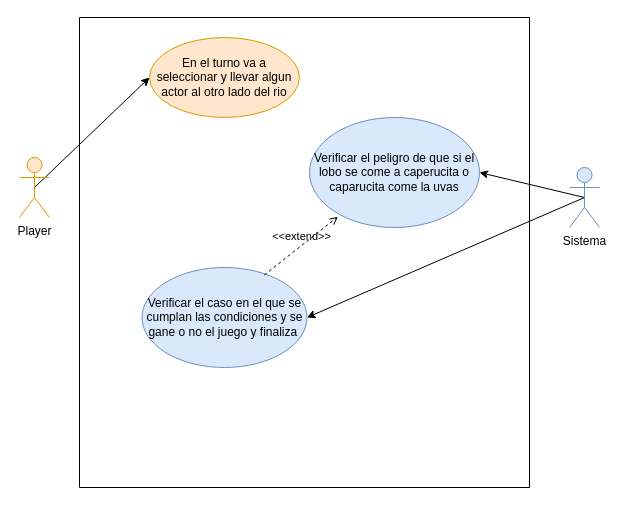
KevinOchoa8/prjProblemaRio keeps this draw.io diagram as modelado/UseCase.drawio. Above is the earlier version. Source tidied: cells renumbered, new cells numbered last; positions are measured from the earlier drawing's top-left corner, leaving out a move shared by most shapes. Both pictures are drawn from the tidied source at 100%, with x=0, y=0 at pixel (19, 17).
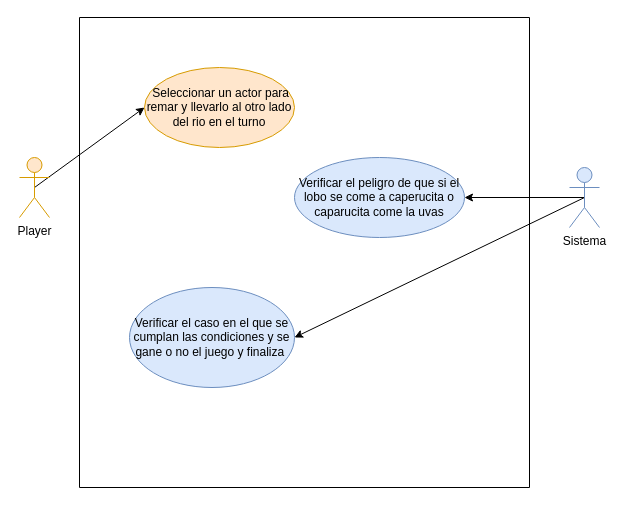
After the change.

The edit, as a diff of the source:
```diff
@@
 <mxGraphModel>
   <root>
     <mxCell id="0" />
     <mxCell id="1" parent="0" />
     <mxCell id="2" style="edgeStyle=none;html=1;exitX=0.5;exitY=0.5;exitDx=0;exitDy=0;exitPerimeter=0;entryX=0;entryY=0.5;entryDx=0;entryDy=0;" parent="1" edge="1" source="3" target="10">
       <mxGeometry relative="1" as="geometry" />
     </mxCell>
     <mxCell id="3" value="Player" style="shape=umlActor;verticalLabelPosition=bottom;verticalAlign=top;html=1;outlineConnect=0;fillColor=#ffe6cc;strokeColor=#d79b00;" parent="1" vertex="1">
       <mxGeometry y="140" width="30" height="60" as="geometry" />
     </mxCell>
     <mxCell id="4" style="edgeStyle=none;html=1;exitX=0.5;exitY=0.5;exitDx=0;exitDy=0;exitPerimeter=0;entryX=1;entryY=0.5;entryDx=0;entryDy=0;" parent="1" edge="1" source="6" target="9">
       <mxGeometry relative="1" as="geometry" />
     </mxCell>
     <mxCell id="5" style="edgeStyle=none;html=1;exitX=0.5;exitY=0.5;exitDx=0;exitDy=0;exitPerimeter=0;entryX=1;entryY=0.5;entryDx=0;entryDy=0;" parent="1" edge="1" source="6" target="8">
       <mxGeometry relative="1" as="geometry" />
     </mxCell>
     <mxCell id="6" value="Sistema" style="shape=umlActor;verticalLabelPosition=bottom;verticalAlign=top;html=1;outlineConnect=0;fillColor=#dae8fc;strokeColor=#6c8ebf;" parent="1" vertex="1">
       <mxGeometry x="550" y="150" width="30" height="60" as="geometry" />
     </mxCell>
     <mxCell id="7" style="swimlane;startSize=0;" parent="1" vertex="1">
       <mxGeometry x="60" width="450" height="470" as="geometry" />
     </mxCell>
     <mxCell id="8" value="Verificar el caso en el que se cumplan las condiciones y se gane o no el juego y finaliza&amp;nbsp;" style="ellipse;whiteSpace=wrap;html=1;fillColor=#dae8fc;strokeColor=#6c8ebf;" parent="7" vertex="1">
-      <mxGeometry x="62.5" y="250" width="165" height="100" as="geometry" />
+      <mxGeometry x="50" y="270" width="165" height="100" as="geometry" />
     </mxCell>
     <mxCell id="9" value="Verificar el peligro de que si el lobo se come a caperucita o caparucita come la uvas" style="ellipse;whiteSpace=wrap;html=1;fillColor=#dae8fc;strokeColor=#6c8ebf;" parent="7" vertex="1">
-      <mxGeometry x="230" y="100" width="170" height="110" as="geometry" />
+      <mxGeometry x="215" y="140" width="170" height="80" as="geometry" />
     </mxCell>
-    <mxCell id="10" value="En el turno va a seleccionar y llevar algun actor al otro lado del rio" style="ellipse;whiteSpace=wrap;html=1;fillColor=#ffe6cc;strokeColor=#d79b00;" parent="7" vertex="1">
-      <mxGeometry x="70" y="20" width="150" height="80" as="geometry" />
+    <mxCell id="10" value="&amp;nbsp;Seleccionar un actor para remar y llevarlo al otro lado del rio en el turno" style="ellipse;whiteSpace=wrap;html=1;fillColor=#ffe6cc;strokeColor=#d79b00;" parent="7" vertex="1">
+      <mxGeometry x="65" y="50" width="150" height="80" as="geometry" />
     </mxCell>
-    <mxCell id="11" value="&amp;lt;&amp;lt;extend&amp;gt;&amp;gt;" style="html=1;verticalAlign=bottom;labelBackgroundColor=none;endArrow=open;endFill=0;dashed=1;exitX=0.741;exitY=0.075;exitDx=0;exitDy=0;exitPerimeter=0;entryX=0.167;entryY=0.903;entryDx=0;entryDy=0;entryPerimeter=0;" parent="7" edge="1" source="8" target="9">
-      <mxGeometry relative="1" as="geometry" />
-    </mxCell>
   </root>
 </mxGraphModel>
```
